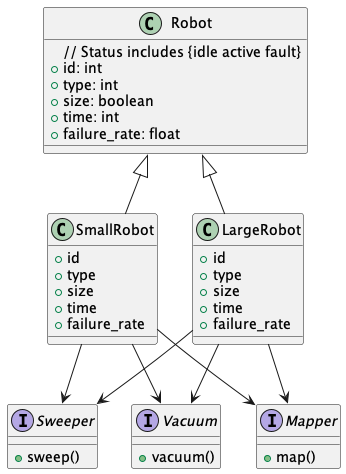
This is docs/design/class_diagram/robot_class_diagram.png from ur-cs-courses/course-project-silver-bullet, a PlantUML export, as it was before one commit.
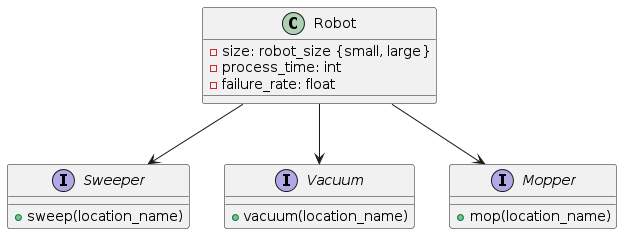
The same file after the commit.

Commit message:
class-diagram-clean-up

Diff of the diagram source:
```diff
@@ -1,50 +1,24 @@
 @startuml
 class Robot {
-// Status includes {idle active fault}
-    +id: int
-    +type: int
-    +size: boolean
-    +time: int
-    +failure_rate: float
-}
-
-class SmallRobot {
-    +id
-    +type
-    +size
-    +time
-    +failure_rate
-}
-
-class LargeRobot {
-    +id
-    +type
-    +size
-    +time
-    +failure_rate
+    - size: robot_size {small, large}
+    - process_time: int
+    - failure_rate: float
 }
 
 interface Sweeper {
-    +sweep()
+    + sweep(location_name)
 }
 
 interface Vacuum {
-    +vacuum()
+    + vacuum(location_name)
 }
 
-interface Mapper {
-    +map()
+interface Mopper {
+    + mop(location_name)
 }
 
 
-Robot <|-- SmallRobot
-Robot <|-- LargeRobot
-
-SmallRobot --> Sweeper
-SmallRobot --> Vacuum
-SmallRobot --> Mapper
-
-LargeRobot --> Sweeper
-LargeRobot --> Vacuum
-LargeRobot --> Mapper
+Robot --> Sweeper
+Robot --> Vacuum
+Robot --> Mopper
 @enduml
```
